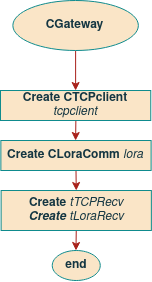
The draw.io diagram report/images/09sw_specification/Gateway/cgateway/constructor.png in ESRGgroup9/slipad, before a commit. Source tidied: cells renumbered, new cells last; positions are measured from the earlier drawing's top-left corner, leaving out a move shared by most shapes.
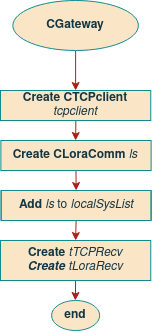
After the change.

Change to the diagram source:
```diff
@@ -15,12 +15,12 @@
       </mxGeometry>
     </mxCell>
     <mxCell id="5" value="end" style="ellipse;whiteSpace=wrap;html=1;fillColor=#FAE5C7;strokeColor=#0F8B8D;fontColor=#143642;fontStyle=1;" parent="1" vertex="1">
-      <mxGeometry x="51.8" y="250" width="48" height="30" as="geometry" />
+      <mxGeometry x="51.1" y="300" width="48" height="30" as="geometry" />
     </mxCell>
-    <mxCell id="6" style="edgeStyle=orthogonalEdgeStyle;rounded=1;jettySize=auto;html=1;exitX=0.5;exitY=1;exitDx=0;exitDy=0;entryX=0.5;entryY=0;entryDx=0;entryDy=0;fontSize=10;strokeColor=#A8201A;" parent="1" edge="1" source="7" target="10">
+    <mxCell id="6" style="edgeStyle=orthogonalEdgeStyle;rounded=1;jettySize=auto;html=1;exitX=0.5;exitY=1;exitDx=0;exitDy=0;entryX=0.5;entryY=0;entryDx=0;entryDy=0;fontSize=10;strokeColor=#A8201A;" parent="1" edge="1" source="7" target="12">
       <mxGeometry relative="1" as="geometry" />
     </mxCell>
-    <mxCell id="7" value="&lt;b&gt;Create&lt;/b&gt; &lt;b&gt;CLoraComm &lt;/b&gt;&lt;i&gt;lora&lt;/i&gt;&lt;br&gt;&lt;b&gt;&lt;/b&gt;" style="rounded=0;whiteSpace=wrap;html=1;sketch=0;fontColor=#143642;strokeColor=#0F8B8D;fillColor=#FAE5C7;" parent="1" vertex="1">
+    <mxCell id="7" value="&lt;b&gt;Create&lt;/b&gt; &lt;b&gt;CLoraComm &lt;/b&gt;&lt;i&gt;ls&lt;/i&gt;&lt;br&gt;&lt;b&gt;&lt;/b&gt;" style="rounded=0;whiteSpace=wrap;html=1;sketch=0;fontColor=#143642;strokeColor=#0F8B8D;fillColor=#FAE5C7;" parent="1" vertex="1">
       <mxGeometry x="0.4" y="140" width="150.2" height="30" as="geometry" />
     </mxCell>
     <mxCell id="8" value="&lt;b&gt;Create&lt;/b&gt; &lt;b&gt;CTCPclient &lt;/b&gt;&lt;i&gt;tcpclient&lt;/i&gt;" style="rounded=0;whiteSpace=wrap;html=1;sketch=0;fontColor=#143642;strokeColor=#0F8B8D;fillColor=#FAE5C7;" parent="1" vertex="1">
@@ -28,11 +28,17 @@
     </mxCell>
     <mxCell id="9" style="edgeStyle=orthogonalEdgeStyle;rounded=1;jettySize=auto;html=1;exitX=0.5;exitY=1;exitDx=0;exitDy=0;entryX=0.5;entryY=0;entryDx=0;entryDy=0;fontSize=10;strokeColor=#A8201A;" parent="1" edge="1" source="10">
       <mxGeometry relative="1" as="geometry">
-        <mxPoint x="75.5" y="250" as="targetPoint" />
+        <mxPoint x="74.9" y="300" as="targetPoint" />
       </mxGeometry>
     </mxCell>
     <mxCell id="10" value="&lt;div&gt;&lt;b&gt;Create&lt;/b&gt; &lt;i&gt;tTCPRecv&lt;/i&gt;&lt;/div&gt;&lt;div&gt;&lt;i&gt;&lt;b&gt;Create &lt;/b&gt;tLoraRecv&lt;br&gt;&lt;/i&gt;&lt;/div&gt;" style="rounded=0;whiteSpace=wrap;html=1;sketch=0;fontColor=#143642;strokeColor=#0F8B8D;fillColor=#FAE5C7;" parent="1" vertex="1">
-      <mxGeometry x="0.6" y="190" width="150.2" height="40" as="geometry" />
+      <mxGeometry y="240" width="150.2" height="40" as="geometry" />
     </mxCell>
+    <mxCell id="11" style="edgeStyle=orthogonalEdgeStyle;rounded=1;jettySize=auto;html=1;exitX=0.5;exitY=1;exitDx=0;exitDy=0;entryX=0.5;entryY=0;entryDx=0;entryDy=0;strokeColor=#A8201A;" parent="1" edge="1" source="12" target="10">
+      <mxGeometry relative="1" as="geometry" />
+    </mxCell>
+    <mxCell id="12" value="&lt;b&gt;Add &lt;/b&gt;&lt;i&gt;ls &lt;/i&gt;to &lt;i&gt;localSysList&lt;/i&gt; " style="shape=process;whiteSpace=wrap;html=1;backgroundOutline=1;rounded=0;sketch=0;fontColor=#143642;strokeColor=#0F8B8D;fillColor=#FAE5C7;size=0;" parent="1" vertex="1">
+      <mxGeometry x="0.6" y="190" width="150" height="30" as="geometry" />
+    </mxCell>
   </root>
 </mxGraphModel>
```
